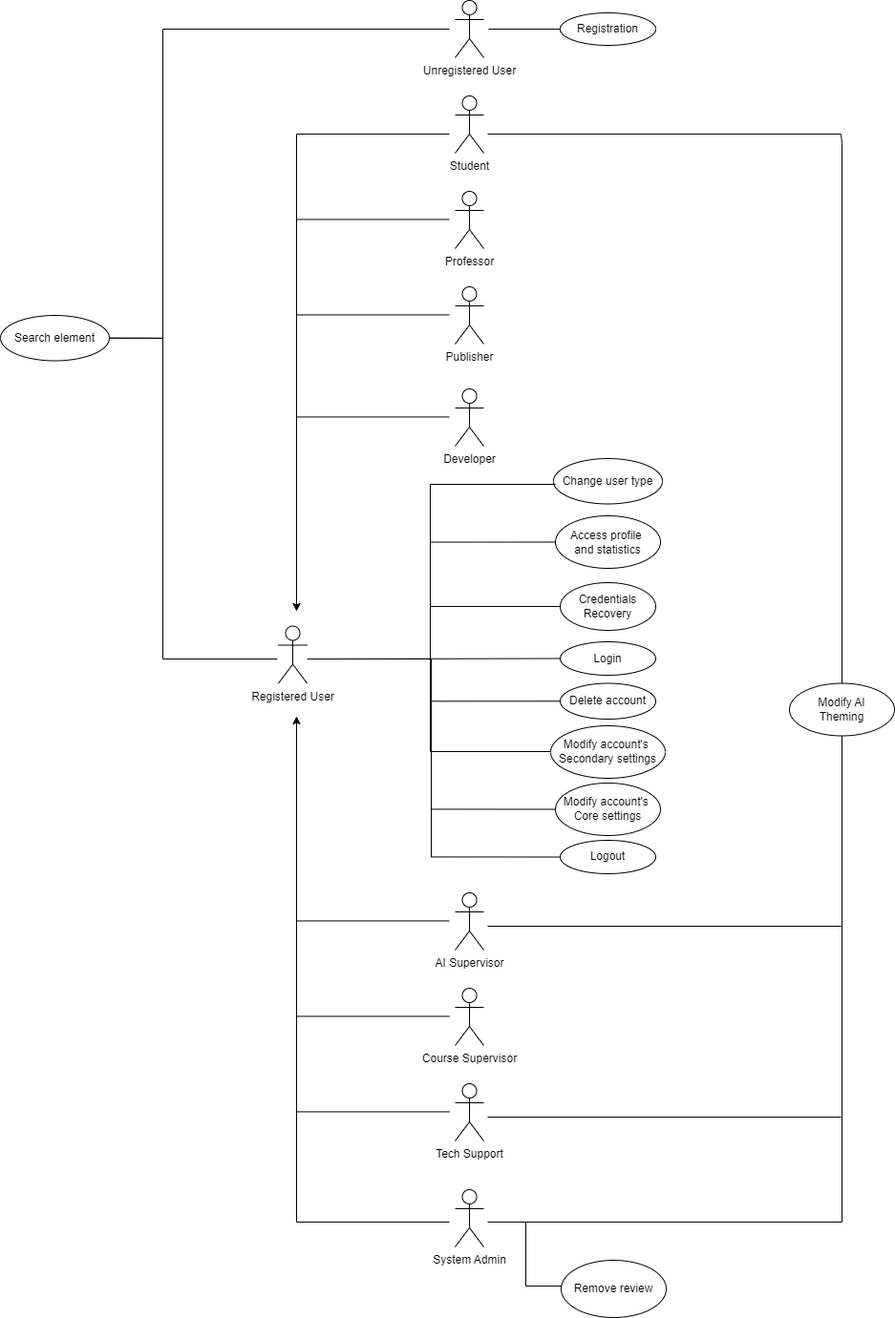
The draw.io diagram deliverables/D1/images/UC-account.png in anhtuduong/RadiantIQ-test, before a commit. Source tidied: cells renumbered, new cells last; positions are measured from the earlier drawing's top-left corner, leaving out a move shared by most shapes. Source of this version:
```xml
<mxGraphModel>
  <root>
    <mxCell id="0" />
    <mxCell id="1" parent="0" />
    <mxCell id="2" value="Registered User" style="shape=umlActor;verticalLabelPosition=bottom;verticalAlign=top;html=1;outlineConnect=0;" parent="1" vertex="1">
      <mxGeometry x="291" y="655.5" width="30" height="60" as="geometry" />
    </mxCell>
    <mxCell id="3" style="edgeStyle=orthogonalEdgeStyle;rounded=0;orthogonalLoop=1;jettySize=auto;html=1;" parent="1" edge="1">
      <mxGeometry relative="1" as="geometry">
        <mxPoint x="470" y="140" as="sourcePoint" />
        <mxPoint x="310" y="640" as="targetPoint" />
        <Array as="points">
          <mxPoint x="470" y="140" />
          <mxPoint x="310" y="140" />
        </Array>
      </mxGeometry>
    </mxCell>
    <mxCell id="4" value="Unr&lt;span style=&quot;background-color: initial; color: rgb(0, 0, 0); --darkreader-inline-bgcolor: initial; --darkreader-inline-color: #181a1b;&quot;&gt;egistered User&lt;/span&gt;" style="shape=umlActor;verticalLabelPosition=bottom;verticalAlign=top;html=1;" parent="1" vertex="1">
      <mxGeometry x="476" width="30" height="60" as="geometry" />
    </mxCell>
    <mxCell id="5" value="Student" style="shape=umlActor;verticalLabelPosition=bottom;verticalAlign=top;html=1;" parent="1" vertex="1">
      <mxGeometry x="476" y="100" width="30" height="60" as="geometry" />
    </mxCell>
    <mxCell id="6" value="Professor" style="shape=umlActor;verticalLabelPosition=bottom;verticalAlign=top;html=1;" parent="1" vertex="1">
      <mxGeometry x="476" y="200" width="30" height="60" as="geometry" />
    </mxCell>
    <mxCell id="7" value="Publisher&lt;div&gt;&lt;br&gt;&lt;/div&gt;" style="shape=umlActor;verticalLabelPosition=bottom;verticalAlign=top;html=1;" parent="1" vertex="1">
      <mxGeometry x="476" y="300" width="30" height="60" as="geometry" />
    </mxCell>
    <mxCell id="8" value="&lt;div&gt;Developer&lt;/div&gt;" style="shape=umlActor;verticalLabelPosition=bottom;verticalAlign=top;html=1;" parent="1" vertex="1">
      <mxGeometry x="476" y="407" width="30" height="60" as="geometry" />
    </mxCell>
    <mxCell id="9" value="&lt;div&gt;Tech Support&lt;/div&gt;" style="shape=umlActor;verticalLabelPosition=bottom;verticalAlign=top;html=1;" parent="1" vertex="1">
      <mxGeometry x="476" y="1135" width="30" height="60" as="geometry" />
    </mxCell>
    <mxCell id="10" value="&lt;div&gt;Course Supervisor&lt;/div&gt;" style="shape=umlActor;verticalLabelPosition=bottom;verticalAlign=top;html=1;" parent="1" vertex="1">
      <mxGeometry x="476" y="1035" width="30" height="60" as="geometry" />
    </mxCell>
    <mxCell id="11" value="&lt;div&gt;AI Supervisor&lt;/div&gt;" style="shape=umlActor;verticalLabelPosition=bottom;verticalAlign=top;html=1;" parent="1" vertex="1">
      <mxGeometry x="476" y="935" width="30" height="60" as="geometry" />
    </mxCell>
    <mxCell id="12" value="&lt;div&gt;System Admin&lt;/div&gt;" style="shape=umlActor;verticalLabelPosition=bottom;verticalAlign=top;html=1;outlineConnect=0;" parent="1" vertex="1">
      <mxGeometry x="476" y="1246" width="30" height="60" as="geometry" />
    </mxCell>
    <mxCell id="13" value="Login" style="ellipse;whiteSpace=wrap;html=1;" parent="1" vertex="1">
      <mxGeometry x="586" y="672" width="100" height="35" as="geometry" />
    </mxCell>
    <mxCell id="14" value="Credentials&lt;div&gt;Recovery&lt;/div&gt;" style="ellipse;whiteSpace=wrap;html=1;" parent="1" vertex="1">
      <mxGeometry x="586" y="610" width="100" height="50" as="geometry" />
    </mxCell>
    <mxCell id="15" value="Registration" style="ellipse;whiteSpace=wrap;html=1;" parent="1" vertex="1">
      <mxGeometry x="586" y="13" width="100" height="34" as="geometry" />
    </mxCell>
    <mxCell id="16" style="endArrow=none;html=1;rounded=0;entryX=0;entryY=0.5;entryDx=0;entryDy=0;" parent="1" edge="1" target="15">
      <mxGeometry relative="1" as="geometry">
        <mxPoint x="511" y="30" as="sourcePoint" />
      </mxGeometry>
    </mxCell>
    <mxCell id="17" style="endArrow=none;html=1;rounded=0;exitX=0;exitY=0.5;exitDx=0;exitDy=0;" parent="1" edge="1" source="13">
      <mxGeometry relative="1" as="geometry">
        <mxPoint x="341" y="690" as="targetPoint" />
      </mxGeometry>
    </mxCell>
    <mxCell id="18" value="Delete account" style="ellipse;whiteSpace=wrap;html=1;" parent="1" vertex="1">
      <mxGeometry x="586" y="715.5" width="100" height="37.5" as="geometry" />
    </mxCell>
    <mxCell id="19" value="Modify account's&amp;nbsp;&lt;br&gt;Core settings" style="ellipse;whiteSpace=wrap;html=1;" parent="1" vertex="1">
      <mxGeometry x="581" y="820" width="110" height="55" as="geometry" />
    </mxCell>
    <mxCell id="20" value="Modify account's&amp;nbsp;&lt;br&gt;Secondary settings" style="ellipse;whiteSpace=wrap;html=1;" parent="1" vertex="1">
      <mxGeometry x="576" y="760" width="120" height="55" as="geometry" />
    </mxCell>
    <mxCell id="21" value="Modify AI&lt;br&gt;Theming" style="ellipse;whiteSpace=wrap;html=1;" parent="1" vertex="1">
      <mxGeometry x="826" y="715.5" width="110" height="55" as="geometry" />
    </mxCell>
    <mxCell id="22" value="Access profile&amp;nbsp;&lt;br&gt;and statistics" style="ellipse;whiteSpace=wrap;html=1;" parent="1" vertex="1">
      <mxGeometry x="581" y="540" width="110" height="55" as="geometry" />
    </mxCell>
    <mxCell id="23" style="endArrow=none;html=1;rounded=0;" parent="1" edge="1">
      <mxGeometry relative="1" as="geometry">
        <mxPoint x="310" y="229.4" as="sourcePoint" />
        <mxPoint x="470" y="229.4" as="targetPoint" />
      </mxGeometry>
    </mxCell>
    <mxCell id="24" style="endArrow=none;html=1;rounded=0;" parent="1" edge="1">
      <mxGeometry relative="1" as="geometry">
        <mxPoint x="310" y="329.4" as="sourcePoint" />
        <mxPoint x="470" y="329.4" as="targetPoint" />
      </mxGeometry>
    </mxCell>
    <mxCell id="25" style="endArrow=none;html=1;rounded=0;" parent="1" edge="1">
      <mxGeometry relative="1" as="geometry">
        <mxPoint x="310" y="436.4" as="sourcePoint" />
        <mxPoint x="470" y="436.4" as="targetPoint" />
      </mxGeometry>
    </mxCell>
    <mxCell id="26" style="endArrow=none;html=1;rounded=0;" parent="1" edge="1">
      <mxGeometry relative="1" as="geometry">
        <mxPoint x="310" y="964.4" as="sourcePoint" />
        <mxPoint x="470" y="964.4" as="targetPoint" />
      </mxGeometry>
    </mxCell>
    <mxCell id="27" style="edgeStyle=orthogonalEdgeStyle;rounded=0;orthogonalLoop=1;jettySize=auto;html=1;" parent="1" edge="1">
      <mxGeometry relative="1" as="geometry">
        <mxPoint x="470" y="1280" as="sourcePoint" />
        <mxPoint x="310" y="750" as="targetPoint" />
        <Array as="points">
          <mxPoint x="470" y="1280" />
          <mxPoint x="310" y="1280" />
        </Array>
      </mxGeometry>
    </mxCell>
    <mxCell id="28" style="endArrow=none;html=1;rounded=0;" parent="1" edge="1">
      <mxGeometry relative="1" as="geometry">
        <mxPoint x="310" y="1064.4" as="sourcePoint" />
        <mxPoint x="470" y="1064.4" as="targetPoint" />
      </mxGeometry>
    </mxCell>
    <mxCell id="29" style="endArrow=none;html=1;rounded=0;" parent="1" edge="1">
      <mxGeometry relative="1" as="geometry">
        <mxPoint x="310" y="1164.4" as="sourcePoint" />
        <mxPoint x="470" y="1164.4" as="targetPoint" />
      </mxGeometry>
    </mxCell>
    <mxCell id="30" style="edgeStyle=orthogonalEdgeStyle;rounded=0;jettySize=auto;html=1;endArrow=none;endFill=0;exitX=0;exitY=0.5;exitDx=0;exitDy=0;" parent="1" edge="1" source="19">
      <mxGeometry relative="1" as="geometry">
        <mxPoint x="450" y="690" as="targetPoint" />
        <Array as="points">
          <mxPoint x="451" y="847" />
          <mxPoint x="451" y="690" />
        </Array>
      </mxGeometry>
    </mxCell>
    <mxCell id="31" style="edgeStyle=orthogonalEdgeStyle;rounded=0;jettySize=auto;html=1;endArrow=none;endFill=0;exitX=0.5;exitY=0;exitDx=0;exitDy=0;" parent="1" edge="1" source="21">
      <mxGeometry relative="1" as="geometry">
        <mxPoint x="510" y="140" as="targetPoint" />
        <Array as="points">
          <mxPoint x="881" y="150" />
          <mxPoint x="880" y="180" />
        </Array>
      </mxGeometry>
    </mxCell>
    <mxCell id="32" style="edgeStyle=orthogonalEdgeStyle;rounded=0;jettySize=auto;html=1;endArrow=none;endFill=0;exitX=0.5;exitY=1;exitDx=0;exitDy=0;" parent="1" edge="1" source="21">
      <mxGeometry relative="1" as="geometry">
        <mxPoint x="510" y="1280" as="targetPoint" />
        <Array as="points">
          <mxPoint x="881" y="1280" />
          <mxPoint x="880" y="1270" />
        </Array>
      </mxGeometry>
    </mxCell>
    <mxCell id="33" value="Logout" style="ellipse;whiteSpace=wrap;html=1;" parent="1" vertex="1">
      <mxGeometry x="586" y="880" width="100" height="35" as="geometry" />
    </mxCell>
    <mxCell id="34" style="endArrow=none;html=1;rounded=0;" parent="1" edge="1">
      <mxGeometry relative="1" as="geometry">
        <mxPoint x="510" y="970" as="sourcePoint" />
        <mxPoint x="880" y="970" as="targetPoint" />
      </mxGeometry>
    </mxCell>
    <mxCell id="35" style="endArrow=none;html=1;rounded=0;" parent="1" edge="1">
      <mxGeometry relative="1" as="geometry">
        <mxPoint x="510" y="1170" as="sourcePoint" />
        <mxPoint x="880" y="1170" as="targetPoint" />
      </mxGeometry>
    </mxCell>
    <mxCell id="36" value="Change user type" style="ellipse;whiteSpace=wrap;html=1;" parent="1" vertex="1">
      <mxGeometry x="579" y="480" width="114" height="47.5" as="geometry" />
    </mxCell>
    <mxCell id="37" value="Search element" style="ellipse;whiteSpace=wrap;html=1;" parent="1" vertex="1">
      <mxGeometry y="330" width="114" height="47.5" as="geometry" />
    </mxCell>
    <mxCell id="38" style="edgeStyle=orthogonalEdgeStyle;rounded=0;jettySize=auto;html=1;endArrow=none;endFill=0;entryX=1;entryY=0.5;entryDx=0;entryDy=0;" parent="1" edge="1" target="37">
      <mxGeometry relative="1" as="geometry">
        <mxPoint x="290" y="690" as="sourcePoint" />
        <Array as="points">
          <mxPoint x="170" y="690" />
          <mxPoint x="170" y="354" />
        </Array>
      </mxGeometry>
    </mxCell>
    <mxCell id="39" style="edgeStyle=orthogonalEdgeStyle;rounded=0;jettySize=auto;html=1;endArrow=none;endFill=0;entryX=1;entryY=0.5;entryDx=0;entryDy=0;" parent="1" edge="1" target="37">
      <mxGeometry relative="1" as="geometry">
        <mxPoint x="470" y="30" as="sourcePoint" />
        <Array as="points">
          <mxPoint x="170" y="30" />
          <mxPoint x="170" y="354" />
        </Array>
      </mxGeometry>
    </mxCell>
    <mxCell id="40" value="Remove review" style="ellipse;whiteSpace=wrap;html=1;" parent="1" vertex="1">
      <mxGeometry x="587" y="1320" width="110" height="60" as="geometry" />
    </mxCell>
    <mxCell id="41" style="edgeStyle=orthogonalEdgeStyle;rounded=0;jettySize=auto;html=1;endArrow=none;endFill=0;entryX=0;entryY=0.5;entryDx=0;entryDy=0;" parent="1" edge="1" target="40">
      <mxGeometry relative="1" as="geometry">
        <mxPoint x="530" y="1280" as="sourcePoint" />
        <Array as="points">
          <mxPoint x="550" y="1280" />
          <mxPoint x="550" y="1347" />
        </Array>
      </mxGeometry>
    </mxCell>
    <mxCell id="42" style="edgeStyle=orthogonalEdgeStyle;rounded=0;jettySize=auto;html=1;endArrow=none;endFill=0;exitX=0;exitY=0.5;exitDx=0;exitDy=0;" parent="1" edge="1" source="33">
      <mxGeometry relative="1" as="geometry">
        <mxPoint x="450" y="740" as="targetPoint" />
        <Array as="points">
          <mxPoint x="451" y="897" />
          <mxPoint x="451" y="740" />
        </Array>
      </mxGeometry>
    </mxCell>
    <mxCell id="43" style="edgeStyle=orthogonalEdgeStyle;rounded=0;orthogonalLoop=1;jettySize=auto;html=1;endArrow=none;endFill=0;exitX=0;exitY=0.5;exitDx=0;exitDy=0;" parent="1" edge="1">
      <mxGeometry relative="1" as="geometry">
        <mxPoint x="576" y="787" as="sourcePoint" />
        <mxPoint x="440" y="690" as="targetPoint" />
        <Array as="points">
          <mxPoint x="450" y="787" />
          <mxPoint x="450" y="690" />
          <mxPoint x="440" y="690" />
        </Array>
      </mxGeometry>
    </mxCell>
    <mxCell id="44" style="edgeStyle=orthogonalEdgeStyle;rounded=0;jettySize=auto;html=1;endArrow=none;endFill=0;exitX=0;exitY=0.5;exitDx=0;exitDy=0;" parent="1" edge="1" source="18" target="2">
      <mxGeometry relative="1" as="geometry">
        <Array as="points">
          <mxPoint x="450" y="734" />
          <mxPoint x="450" y="690" />
        </Array>
      </mxGeometry>
    </mxCell>
    <mxCell id="45" style="edgeStyle=orthogonalEdgeStyle;rounded=0;jettySize=auto;html=1;endArrow=none;endFill=0;exitX=0;exitY=0.5;exitDx=0;exitDy=0;" parent="1" edge="1" source="14">
      <mxGeometry relative="1" as="geometry">
        <mxPoint x="330" y="690" as="targetPoint" />
        <Array as="points">
          <mxPoint x="450" y="635" />
          <mxPoint x="450" y="690" />
        </Array>
      </mxGeometry>
    </mxCell>
    <mxCell id="46" style="edgeStyle=orthogonalEdgeStyle;rounded=0;jettySize=auto;html=1;endArrow=none;endFill=0;exitX=0;exitY=0.5;exitDx=0;exitDy=0;" parent="1" edge="1" source="22">
      <mxGeometry relative="1" as="geometry">
        <mxPoint x="423" y="690" as="targetPoint" />
        <Array as="points">
          <mxPoint x="450" y="568" />
          <mxPoint x="450" y="690" />
        </Array>
      </mxGeometry>
    </mxCell>
    <mxCell id="47" style="edgeStyle=orthogonalEdgeStyle;rounded=0;orthogonalLoop=1;jettySize=auto;html=1;endArrow=none;endFill=0;exitX=0;exitY=0.5;exitDx=0;exitDy=0;" parent="1" edge="1">
      <mxGeometry relative="1" as="geometry">
        <mxPoint x="581" y="507" as="sourcePoint" />
        <mxPoint x="450" y="650" as="targetPoint" />
        <Array as="points">
          <mxPoint x="450" y="507" />
        </Array>
      </mxGeometry>
    </mxCell>
  </root>
</mxGraphModel>
```
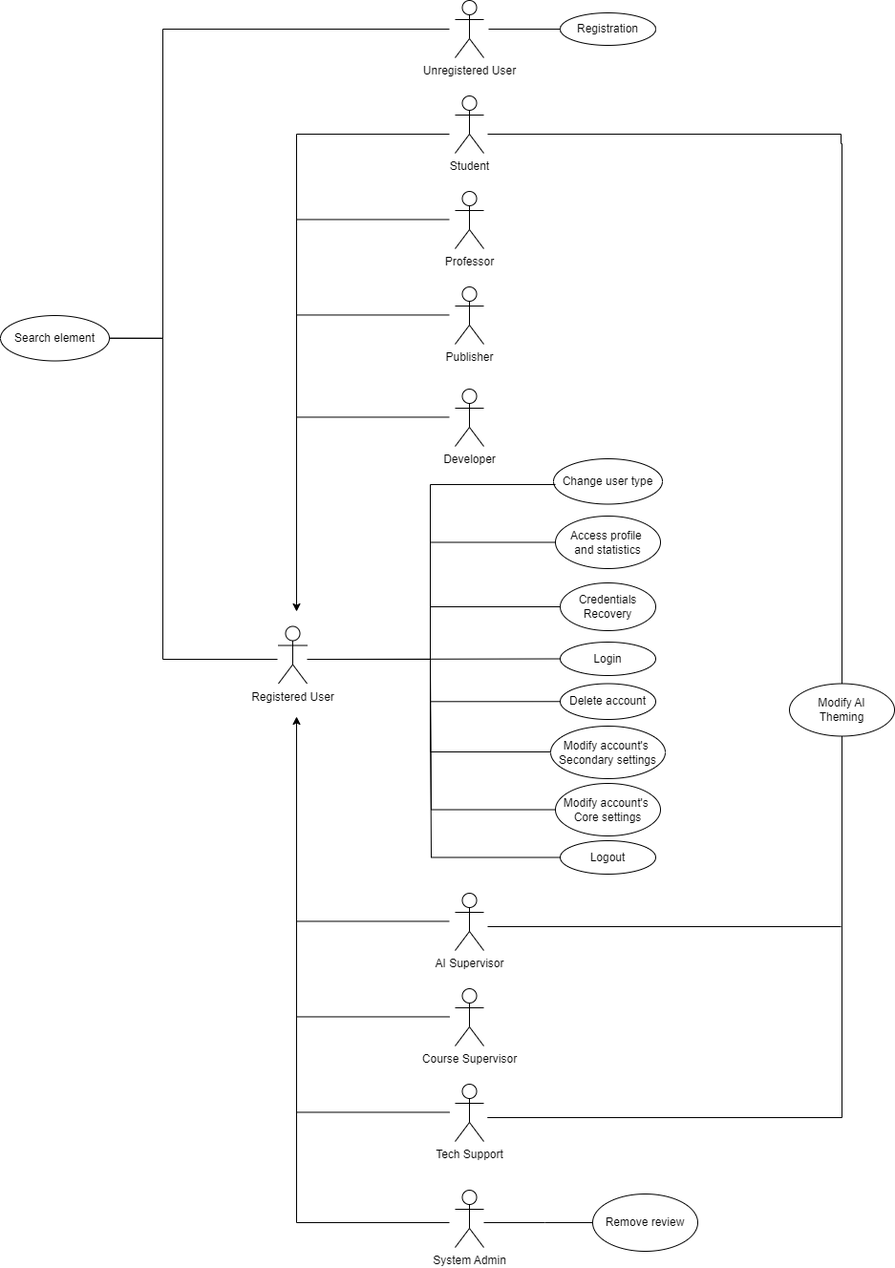
Above is the later version.

Commit message:
docs: diagram fix for AI theming UC

What changed in the source:
```diff
@@ -142,10 +142,9 @@
     </mxCell>
     <mxCell id="32" style="edgeStyle=orthogonalEdgeStyle;rounded=0;jettySize=auto;html=1;endArrow=none;endFill=0;exitX=0.5;exitY=1;exitDx=0;exitDy=0;" parent="1" edge="1" source="21">
       <mxGeometry relative="1" as="geometry">
-        <mxPoint x="510" y="1280" as="targetPoint" />
+        <mxPoint x="510" y="1170" as="targetPoint" />
         <Array as="points">
-          <mxPoint x="881" y="1280" />
-          <mxPoint x="880" y="1270" />
+          <mxPoint x="881" y="1170" />
         </Array>
       </mxGeometry>
     </mxCell>
@@ -189,14 +188,13 @@
       </mxGeometry>
     </mxCell>
     <mxCell id="40" value="Remove review" style="ellipse;whiteSpace=wrap;html=1;" parent="1" vertex="1">
-      <mxGeometry x="587" y="1320" width="110" height="60" as="geometry" />
+      <mxGeometry x="620" y="1250" width="110" height="60" as="geometry" />
     </mxCell>
-    <mxCell id="41" style="edgeStyle=orthogonalEdgeStyle;rounded=0;jettySize=auto;html=1;endArrow=none;endFill=0;entryX=0;entryY=0.5;entryDx=0;entryDy=0;" parent="1" edge="1" target="40">
+    <mxCell id="41" style="edgeStyle=orthogonalEdgeStyle;rounded=0;jettySize=auto;html=1;endArrow=none;endFill=0;entryX=0;entryY=0.5;entryDx=0;entryDy=0;" parent="1" edge="1" source="12" target="40">
       <mxGeometry relative="1" as="geometry">
-        <mxPoint x="530" y="1280" as="sourcePoint" />
         <Array as="points">
-          <mxPoint x="550" y="1280" />
-          <mxPoint x="550" y="1347" />
+          <mxPoint x="570" y="1280" />
+          <mxPoint x="570" y="1280" />
         </Array>
       </mxGeometry>
     </mxCell>
```
